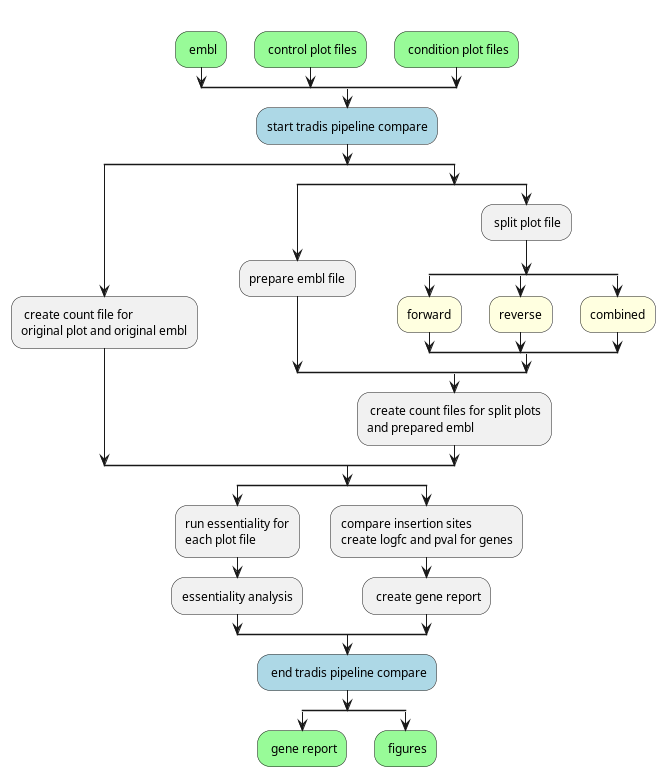
This is docs/pipeline_combine.png from quadram-institute-bioscience/QuaTradis, a PlantUML export, as it was before one commit.
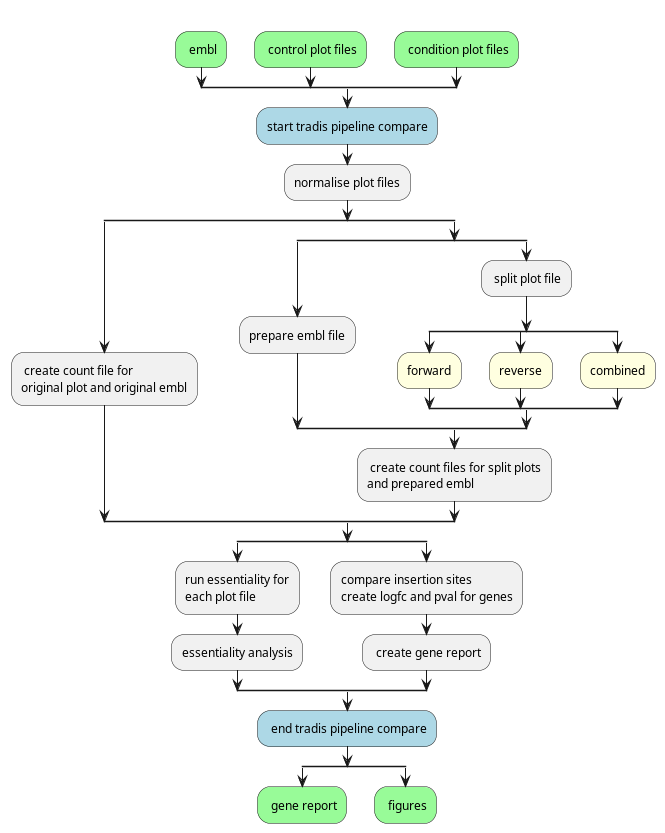
After the change.

Diff of the diagram source:
```diff
@@ -12,7 +12,7 @@
 end split
 
 #lightblue:start tradis pipeline compare;
-
+:normalise plot files;
 split
 : create count file for
 original plot and original embl;
```
